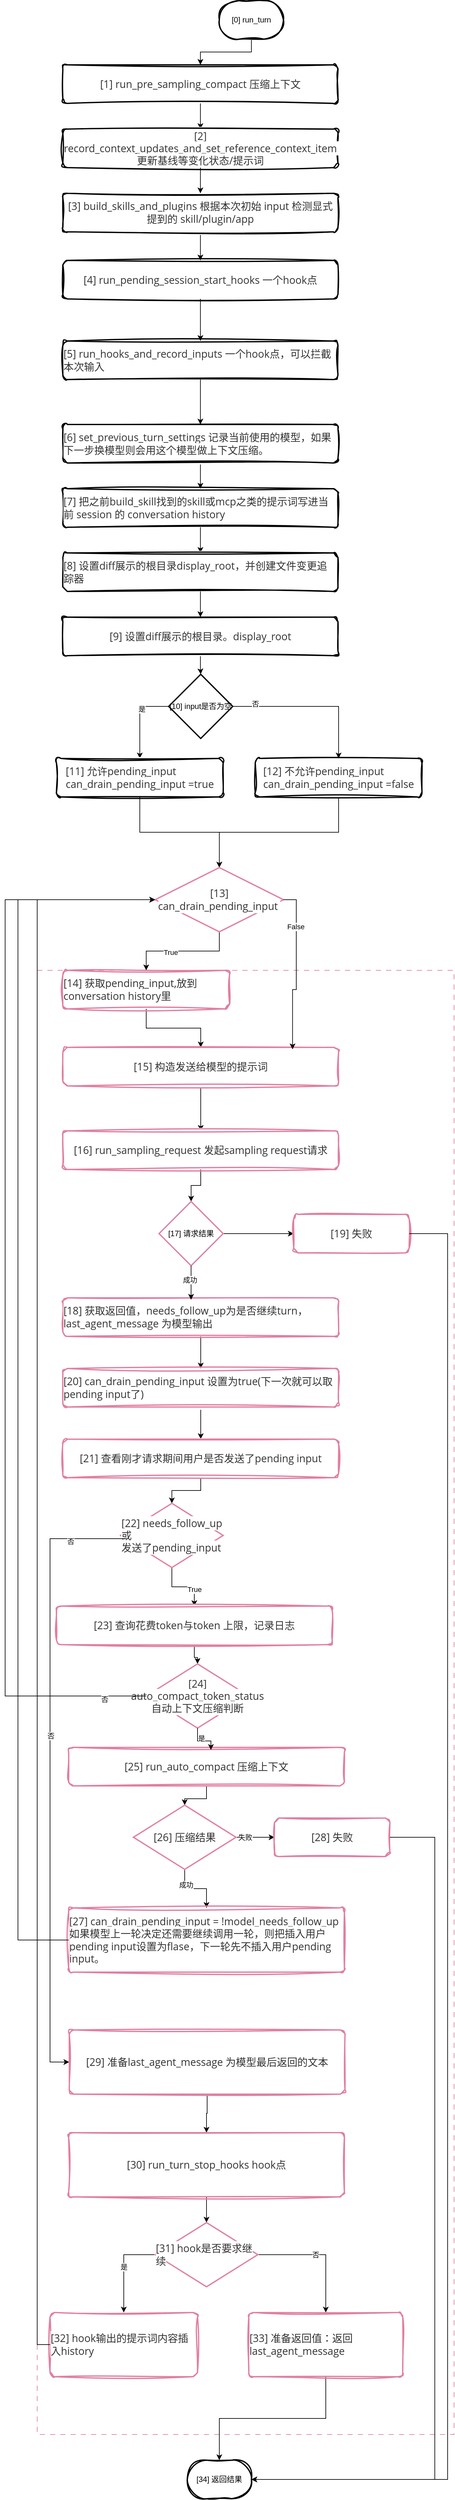
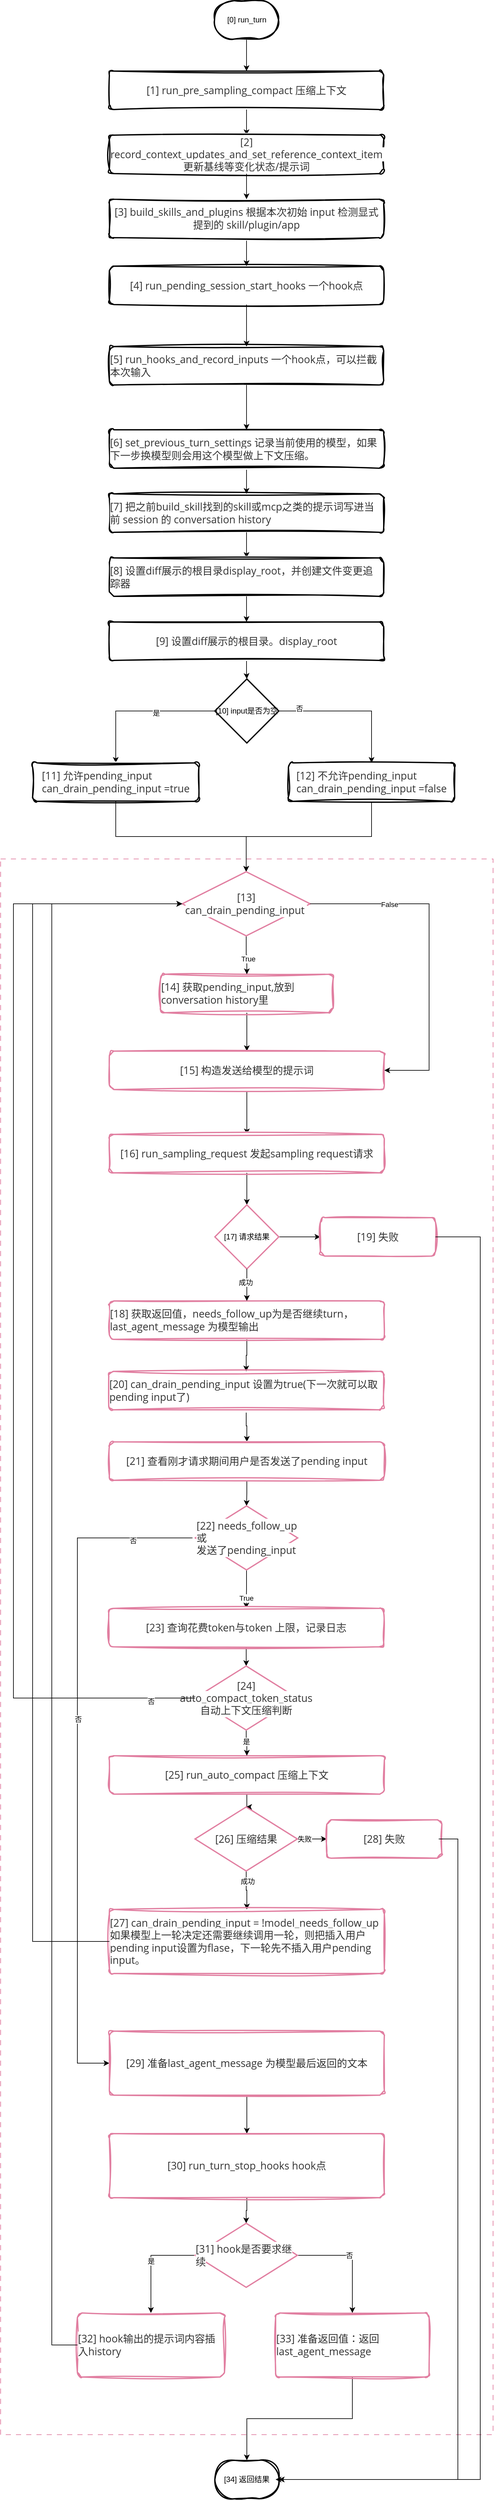
<mxfile host="Electron">
  <diagram name="第 1 页" id="WdxQ7PSLhnEK6HtI5IxF">
    <mxGraphModel dx="1027" dy="683" grid="1" gridSize="10" guides="1" tooltips="1" connect="1" arrows="1" fold="1" page="1" pageScale="1" pageWidth="827" pageHeight="1169" math="0" shadow="0">
      <root>
        <mxCell id="0" />
        <mxCell id="1" parent="0" />
        <mxCell id="XvNsu7HRE3wCX7qmJMd--15" parent="1" style="rounded=0;whiteSpace=wrap;html=1;fillColor=none;dashed=1;dashPattern=8 8;strokeColor=light-dark(#e17fa1, #ededed);" value="" vertex="1">
-           <mxGeometry height="2280" width="650" x="130" y="1630" as="geometry" />
+           <mxGeometry height="2460" width="770" x="30" y="1450" as="geometry" />
        </mxCell>
        <mxCell id="XvNsu7HRE3wCX7qmJMd--4" edge="1" parent="1" source="XvNsu7HRE3wCX7qmJMd--2" style="edgeStyle=orthogonalEdgeStyle;rounded=0;orthogonalLoop=1;jettySize=auto;html=1;entryX=0.5;entryY=0;entryDx=0;entryDy=0;" target="XvNsu7HRE3wCX7qmJMd--3">
          <mxGeometry relative="1" as="geometry" />
        </mxCell>
        <mxCell id="XvNsu7HRE3wCX7qmJMd--2" parent="1" style="strokeWidth=2;html=1;shape=mxgraph.flowchart.terminator;whiteSpace=wrap;sketch=1;curveFitting=1;jiggle=2;" value="[0] run_turn" vertex="1">
-           <mxGeometry height="60" width="100" x="414" y="120" as="geometry" />
+           <mxGeometry height="60" width="100" x="364.5" y="110" as="geometry" />
        </mxCell>
        <mxCell id="XvNsu7HRE3wCX7qmJMd--91" edge="1" parent="1" source="XvNsu7HRE3wCX7qmJMd--3" style="edgeStyle=orthogonalEdgeStyle;rounded=0;orthogonalLoop=1;jettySize=auto;html=1;entryX=0.5;entryY=0;entryDx=0;entryDy=0;" target="XvNsu7HRE3wCX7qmJMd--5">
          <mxGeometry relative="1" as="geometry" />
        </mxCell>
        <mxCell id="XvNsu7HRE3wCX7qmJMd--3" parent="1" style="rounded=1;whiteSpace=wrap;html=1;absoluteArcSize=1;arcSize=14;strokeWidth=2;sketch=1;curveFitting=1;jiggle=2;" value="&lt;span style=&quot;color: rgb(51, 51, 51); font-family: &amp;quot;Open Sans&amp;quot;, &amp;quot;Clear Sans&amp;quot;, &amp;quot;Helvetica Neue&amp;quot;, Helvetica, Arial, &amp;quot;Segoe UI Emoji&amp;quot;, &amp;quot;SF Pro&amp;quot;, sans-serif; font-size: 16px; orphans: 1; text-align: left; white-space: pre-wrap; background-color: rgb(255, 255, 255);&quot;&gt;[1] run_pre_sampling_compact 压缩上下文&lt;/span&gt;" vertex="1">
-           <mxGeometry height="60" width="429" x="170" y="220" as="geometry" />
+           <mxGeometry height="60" width="429" x="200" y="220" as="geometry" />
        </mxCell>
        <mxCell id="XvNsu7HRE3wCX7qmJMd--93" edge="1" parent="1" source="XvNsu7HRE3wCX7qmJMd--5" style="edgeStyle=orthogonalEdgeStyle;rounded=0;orthogonalLoop=1;jettySize=auto;html=1;" target="XvNsu7HRE3wCX7qmJMd--6" value="">
          <mxGeometry relative="1" as="geometry" />
        </mxCell>
        <mxCell id="XvNsu7HRE3wCX7qmJMd--5" parent="1" style="rounded=1;whiteSpace=wrap;html=1;absoluteArcSize=1;arcSize=14;strokeWidth=2;sketch=1;curveFitting=1;jiggle=2;" value="&lt;span style=&quot;color: rgb(51, 51, 51); font-family: &amp;quot;Open Sans&amp;quot;, &amp;quot;Clear Sans&amp;quot;, &amp;quot;Helvetica Neue&amp;quot;, Helvetica, Arial, &amp;quot;Segoe UI Emoji&amp;quot;, &amp;quot;SF Pro&amp;quot;, sans-serif; font-size: 16px; orphans: 1; text-align: left; white-space: pre-wrap; background-color: rgb(255, 255, 255);&quot;&gt;[2] record_context_updates_and_set_reference_context_item 更新基线等变化状态/提示词&lt;/span&gt;" vertex="1">
-           <mxGeometry height="60" width="429" x="170" y="320" as="geometry" />
+           <mxGeometry height="60" width="429" x="200" y="320" as="geometry" />
        </mxCell>
        <mxCell id="XvNsu7HRE3wCX7qmJMd--94" edge="1" parent="1" source="XvNsu7HRE3wCX7qmJMd--6" style="edgeStyle=orthogonalEdgeStyle;rounded=0;orthogonalLoop=1;jettySize=auto;html=1;" target="XvNsu7HRE3wCX7qmJMd--7" value="">
          <mxGeometry relative="1" as="geometry" />
        </mxCell>
        <mxCell id="XvNsu7HRE3wCX7qmJMd--6" parent="1" style="rounded=1;whiteSpace=wrap;html=1;absoluteArcSize=1;arcSize=14;strokeWidth=2;sketch=1;curveFitting=1;jiggle=2;" value="&lt;span style=&quot;color: rgb(51, 51, 51); font-family: &amp;quot;Open Sans&amp;quot;, &amp;quot;Clear Sans&amp;quot;, &amp;quot;Helvetica Neue&amp;quot;, Helvetica, Arial, &amp;quot;Segoe UI Emoji&amp;quot;, &amp;quot;SF Pro&amp;quot;, sans-serif; font-size: 16px; orphans: 1; text-align: left; white-space: pre-wrap; background-color: rgb(255, 255, 255);&quot;&gt;[3] build_skills_and_plugins 根据本次初始 input 检测显式提到的 skill/plugin/app&lt;/span&gt;" vertex="1">
-           <mxGeometry height="60" width="429" x="170" y="420" as="geometry" />
+           <mxGeometry height="60" width="429" x="200" y="420" as="geometry" />
        </mxCell>
        <mxCell id="XvNsu7HRE3wCX7qmJMd--95" edge="1" parent="1" source="XvNsu7HRE3wCX7qmJMd--7" style="edgeStyle=orthogonalEdgeStyle;rounded=0;orthogonalLoop=1;jettySize=auto;html=1;" target="XvNsu7HRE3wCX7qmJMd--10" value="">
          <mxGeometry relative="1" as="geometry" />
        </mxCell>
        <mxCell id="XvNsu7HRE3wCX7qmJMd--7" parent="1" style="rounded=1;whiteSpace=wrap;html=1;absoluteArcSize=1;arcSize=14;strokeWidth=2;sketch=1;curveFitting=1;jiggle=2;" value="&lt;span style=&quot;color: rgb(51, 51, 51); font-family: &amp;quot;Open Sans&amp;quot;, &amp;quot;Clear Sans&amp;quot;, &amp;quot;Helvetica Neue&amp;quot;, Helvetica, Arial, &amp;quot;Segoe UI Emoji&amp;quot;, &amp;quot;SF Pro&amp;quot;, sans-serif; font-size: 16px; orphans: 1; text-align: left; white-space: pre-wrap; background-color: rgb(255, 255, 255);&quot;&gt;[4] run_pending_session_start_hooks 一个hook点&lt;/span&gt;" vertex="1">
-           <mxGeometry height="60" width="429" x="170" y="524.5" as="geometry" />
+           <mxGeometry height="60" width="429" x="200" y="524.5" as="geometry" />
        </mxCell>
        <mxCell id="XvNsu7HRE3wCX7qmJMd--44" edge="1" parent="1" source="XvNsu7HRE3wCX7qmJMd--9" style="edgeStyle=orthogonalEdgeStyle;rounded=0;orthogonalLoop=1;jettySize=auto;html=1;entryX=0.5;entryY=0;entryDx=0;entryDy=0;exitX=0;exitY=0.5;exitDx=0;exitDy=0;exitPerimeter=0;" target="XvNsu7HRE3wCX7qmJMd--17">
          <mxGeometry relative="1" as="geometry" />
        </mxCell>
        <mxCell id="XvNsu7HRE3wCX7qmJMd--45" connectable="0" parent="XvNsu7HRE3wCX7qmJMd--44" style="edgeLabel;html=1;align=center;verticalAlign=middle;resizable=0;points=[];" value="是" vertex="1">
          <mxGeometry relative="1" x="-0.2222" y="3" as="geometry">
            <mxPoint as="offset" />
          </mxGeometry>
        </mxCell>
-         <mxCell id="XvNsu7HRE3wCX7qmJMd--46" edge="1" parent="1" source="XvNsu7HRE3wCX7qmJMd--9" style="edgeStyle=orthogonalEdgeStyle;rounded=0;orthogonalLoop=1;jettySize=auto;html=1;entryX=0.5;entryY=0;entryDx=0;entryDy=0;" target="XvNsu7HRE3wCX7qmJMd--18">
+         <mxCell id="XvNsu7HRE3wCX7qmJMd--46" edge="1" parent="1" source="XvNsu7HRE3wCX7qmJMd--9" style="edgeStyle=orthogonalEdgeStyle;rounded=0;orthogonalLoop=1;jettySize=auto;html=1;entryX=0.5;entryY=0;entryDx=0;entryDy=0;exitX=1;exitY=0.5;exitDx=0;exitDy=0;exitPerimeter=0;" target="XvNsu7HRE3wCX7qmJMd--18">
          <mxGeometry relative="1" as="geometry" />
        </mxCell>
        <mxCell id="XvNsu7HRE3wCX7qmJMd--47" connectable="0" parent="XvNsu7HRE3wCX7qmJMd--46" style="edgeLabel;html=1;align=center;verticalAlign=middle;resizable=0;points=[];" value="否" vertex="1">
          <mxGeometry relative="1" x="-0.7154" y="4" as="geometry">
            <mxPoint as="offset" />
          </mxGeometry>
        </mxCell>
        <mxCell id="XvNsu7HRE3wCX7qmJMd--9" parent="1" style="strokeWidth=2;html=1;shape=mxgraph.flowchart.decision;whiteSpace=wrap;" value="[10] input是否为空" vertex="1">
-           <mxGeometry height="100" width="100" x="335" y="1169" as="geometry" />
+           <mxGeometry height="100" width="100" x="365" y="1169" as="geometry" />
        </mxCell>
        <mxCell id="XvNsu7HRE3wCX7qmJMd--96" edge="1" parent="1" source="XvNsu7HRE3wCX7qmJMd--10" style="edgeStyle=orthogonalEdgeStyle;rounded=0;orthogonalLoop=1;jettySize=auto;html=1;" target="XvNsu7HRE3wCX7qmJMd--11" value="">
          <mxGeometry relative="1" as="geometry" />
        </mxCell>
        <mxCell id="XvNsu7HRE3wCX7qmJMd--10" parent="1" style="rounded=1;whiteSpace=wrap;html=1;absoluteArcSize=1;arcSize=14;strokeWidth=2;sketch=1;curveFitting=1;jiggle=2;" value="&lt;div style=&quot;orphans: 1; text-align: left;&quot;&gt;&lt;span style=&quot;color: rgb(51, 51, 51); font-family: &amp;quot;Open Sans&amp;quot;, &amp;quot;Clear Sans&amp;quot;, &amp;quot;Helvetica Neue&amp;quot;, Helvetica, Arial, &amp;quot;Segoe UI Emoji&amp;quot;, &amp;quot;SF Pro&amp;quot;, sans-serif; font-size: 16px; white-space: pre-wrap; background-color: rgb(255, 255, 255);&quot;&gt;[5] run_hooks_and_record_inputs 一个hook点，可以拦截本次输入&lt;/span&gt;&lt;font color=&quot;#333333&quot; face=&quot;Open Sans, Clear Sans, Helvetica Neue, Helvetica, Arial, Segoe UI Emoji, SF Pro, sans-serif&quot;&gt;&lt;span style=&quot;font-size: 16px; white-space-collapse: preserve;&quot;&gt;&lt;/span&gt;&lt;/font&gt;&lt;/div&gt;" vertex="1">
-           <mxGeometry height="60" width="429" x="170" y="650" as="geometry" />
+           <mxGeometry height="60" width="429" x="200" y="650" as="geometry" />
        </mxCell>
        <mxCell id="XvNsu7HRE3wCX7qmJMd--97" edge="1" parent="1" source="XvNsu7HRE3wCX7qmJMd--11" style="edgeStyle=orthogonalEdgeStyle;rounded=0;orthogonalLoop=1;jettySize=auto;html=1;" target="XvNsu7HRE3wCX7qmJMd--12" value="">
          <mxGeometry relative="1" as="geometry" />
        </mxCell>
        <mxCell id="XvNsu7HRE3wCX7qmJMd--11" parent="1" style="rounded=1;whiteSpace=wrap;html=1;absoluteArcSize=1;arcSize=14;strokeWidth=2;sketch=1;curveFitting=1;jiggle=2;" value="&lt;div style=&quot;orphans: 1; text-align: left;&quot;&gt;&lt;span style=&quot;color: rgb(51, 51, 51); font-family: &amp;quot;Open Sans&amp;quot;, &amp;quot;Clear Sans&amp;quot;, &amp;quot;Helvetica Neue&amp;quot;, Helvetica, Arial, &amp;quot;Segoe UI Emoji&amp;quot;, &amp;quot;SF Pro&amp;quot;, sans-serif; font-size: 16px; white-space: pre-wrap; background-color: rgb(255, 255, 255);&quot;&gt;[6] set_previous_turn_settings 记录当前使用的模型，如果下一步换模型则会用这个模型做上下文压缩。&lt;/span&gt;&lt;/div&gt;" vertex="1">
-           <mxGeometry height="60" width="429" x="170" y="780" as="geometry" />
+           <mxGeometry height="60" width="429" x="200" y="780" as="geometry" />
        </mxCell>
        <mxCell id="XvNsu7HRE3wCX7qmJMd--98" edge="1" parent="1" source="XvNsu7HRE3wCX7qmJMd--12" style="edgeStyle=orthogonalEdgeStyle;rounded=0;orthogonalLoop=1;jettySize=auto;html=1;" target="XvNsu7HRE3wCX7qmJMd--13" value="">
          <mxGeometry relative="1" as="geometry" />
        </mxCell>
        <mxCell id="XvNsu7HRE3wCX7qmJMd--12" parent="1" style="rounded=1;whiteSpace=wrap;html=1;absoluteArcSize=1;arcSize=14;strokeWidth=2;sketch=1;curveFitting=1;jiggle=2;" value="&lt;div style=&quot;orphans: 1; text-align: left;&quot;&gt;&lt;span style=&quot;color: rgb(51, 51, 51); font-family: &amp;quot;Open Sans&amp;quot;, &amp;quot;Clear Sans&amp;quot;, &amp;quot;Helvetica Neue&amp;quot;, Helvetica, Arial, &amp;quot;Segoe UI Emoji&amp;quot;, &amp;quot;SF Pro&amp;quot;, sans-serif; font-size: 16px; white-space: pre-wrap; background-color: rgb(255, 255, 255);&quot;&gt;[7] 把之前build_skill找到的skill或mcp之类的提示词写进当前 session 的 conversation history&lt;/span&gt;&lt;/div&gt;" vertex="1">
-           <mxGeometry height="60" width="429" x="170" y="880" as="geometry" />
+           <mxGeometry height="60" width="429" x="200" y="880" as="geometry" />
        </mxCell>
        <mxCell id="XvNsu7HRE3wCX7qmJMd--99" edge="1" parent="1" source="XvNsu7HRE3wCX7qmJMd--13" style="edgeStyle=orthogonalEdgeStyle;rounded=0;orthogonalLoop=1;jettySize=auto;html=1;" target="XvNsu7HRE3wCX7qmJMd--14" value="">
          <mxGeometry relative="1" as="geometry" />
        </mxCell>
        <mxCell id="XvNsu7HRE3wCX7qmJMd--13" parent="1" style="rounded=1;whiteSpace=wrap;html=1;absoluteArcSize=1;arcSize=14;strokeWidth=2;sketch=1;curveFitting=1;jiggle=2;" value="&lt;div style=&quot;orphans: 1; text-align: left;&quot;&gt;&lt;div&gt;&lt;span style=&quot;color: rgb(51, 51, 51); font-family: &amp;quot;Open Sans&amp;quot;, &amp;quot;Clear Sans&amp;quot;, &amp;quot;Helvetica Neue&amp;quot;, Helvetica, Arial, &amp;quot;Segoe UI Emoji&amp;quot;, &amp;quot;SF Pro&amp;quot;, sans-serif; font-size: 16px; white-space: pre-wrap; background-color: rgb(255, 255, 255);&quot;&gt;[8] 设置diff展示的根目录display_root，并&lt;/span&gt;&lt;span style=&quot;background-color: rgb(255, 255, 255); color: rgb(51, 51, 51); font-family: &amp;quot;Open Sans&amp;quot;, &amp;quot;Clear Sans&amp;quot;, &amp;quot;Helvetica Neue&amp;quot;, Helvetica, Arial, &amp;quot;Segoe UI Emoji&amp;quot;, &amp;quot;SF Pro&amp;quot;, sans-serif; font-size: 16px; white-space: pre-wrap;&quot;&gt;创建文件变更追踪器&lt;/span&gt;&lt;/div&gt;&lt;/div&gt;" vertex="1">
-           <mxGeometry height="60" width="429" x="170" y="980" as="geometry" />
+           <mxGeometry height="60" width="429" x="200" y="980" as="geometry" />
        </mxCell>
        <mxCell id="XvNsu7HRE3wCX7qmJMd--100" edge="1" parent="1" source="XvNsu7HRE3wCX7qmJMd--14" style="edgeStyle=orthogonalEdgeStyle;rounded=0;orthogonalLoop=1;jettySize=auto;html=1;" target="XvNsu7HRE3wCX7qmJMd--9" value="">
          <mxGeometry relative="1" as="geometry" />
        </mxCell>
        <mxCell id="XvNsu7HRE3wCX7qmJMd--14" parent="1" style="rounded=1;whiteSpace=wrap;html=1;absoluteArcSize=1;arcSize=14;strokeWidth=2;sketch=1;curveFitting=1;jiggle=2;" value="&lt;div style=&quot;orphans: 1; text-align: left;&quot;&gt;&lt;div&gt;&lt;span style=&quot;color: rgb(51, 51, 51); font-family: &amp;quot;Open Sans&amp;quot;, &amp;quot;Clear Sans&amp;quot;, &amp;quot;Helvetica Neue&amp;quot;, Helvetica, Arial, &amp;quot;Segoe UI Emoji&amp;quot;, &amp;quot;SF Pro&amp;quot;, sans-serif; font-size: 16px; white-space: pre-wrap; background-color: rgb(255, 255, 255);&quot;&gt;[9] 设置diff展示的根目录。display_root&lt;/span&gt;&lt;font color=&quot;#333333&quot; face=&quot;Open Sans, Clear Sans, Helvetica Neue, Helvetica, Arial, Segoe UI Emoji, SF Pro, sans-serif&quot;&gt;&lt;span style=&quot;font-size: 16px; white-space-collapse: preserve;&quot;&gt;&lt;/span&gt;&lt;/font&gt;&lt;/div&gt;&lt;/div&gt;" vertex="1">
-           <mxGeometry height="60" width="429" x="170" y="1080" as="geometry" />
+           <mxGeometry height="60" width="429" x="200" y="1080" as="geometry" />
        </mxCell>
        <mxCell id="XvNsu7HRE3wCX7qmJMd--53" edge="1" parent="1" source="XvNsu7HRE3wCX7qmJMd--16" style="edgeStyle=orthogonalEdgeStyle;rounded=0;orthogonalLoop=1;jettySize=auto;html=1;" target="XvNsu7HRE3wCX7qmJMd--20">
          <mxGeometry relative="1" as="geometry" />
        </mxCell>
        <mxCell id="XvNsu7HRE3wCX7qmJMd--16" parent="1" style="rounded=1;whiteSpace=wrap;html=1;absoluteArcSize=1;arcSize=14;strokeWidth=2;sketch=1;curveFitting=1;jiggle=2;strokeColor=light-dark(#e17fa1, #ededed);" value="&lt;div style=&quot;orphans: 1; text-align: left;&quot;&gt;&lt;div&gt;&lt;span style=&quot;color: rgb(51, 51, 51); font-family: &amp;quot;Open Sans&amp;quot;, &amp;quot;Clear Sans&amp;quot;, &amp;quot;Helvetica Neue&amp;quot;, Helvetica, Arial, &amp;quot;Segoe UI Emoji&amp;quot;, &amp;quot;SF Pro&amp;quot;, sans-serif; font-size: 16px; white-space: pre-wrap; background-color: rgb(255, 255, 255);&quot;&gt;[14] 获取pending_input,&lt;/span&gt;&lt;span style=&quot;background-color: rgb(255, 255, 255); color: rgb(51, 51, 51); font-family: &amp;quot;Open Sans&amp;quot;, &amp;quot;Clear Sans&amp;quot;, &amp;quot;Helvetica Neue&amp;quot;, Helvetica, Arial, &amp;quot;Segoe UI Emoji&amp;quot;, &amp;quot;SF Pro&amp;quot;, sans-serif; font-size: 16px; white-space: pre-wrap;&quot;&gt;放到conversation history里&lt;/span&gt;&lt;/div&gt;&lt;/div&gt;" vertex="1">
-           <mxGeometry height="60" width="260" x="170" y="1630" as="geometry" />
+           <mxGeometry height="60" width="270" x="280" y="1630" as="geometry" />
        </mxCell>
        <mxCell id="XvNsu7HRE3wCX7qmJMd--48" edge="1" parent="1" source="XvNsu7HRE3wCX7qmJMd--17" style="edgeStyle=orthogonalEdgeStyle;rounded=0;orthogonalLoop=1;jettySize=auto;html=1;" target="XvNsu7HRE3wCX7qmJMd--43">
          <mxGeometry relative="1" as="geometry" />
        </mxCell>
        <mxCell id="XvNsu7HRE3wCX7qmJMd--17" parent="1" style="rounded=1;whiteSpace=wrap;html=1;absoluteArcSize=1;arcSize=14;strokeWidth=2;sketch=1;curveFitting=1;jiggle=2;" value="&lt;div style=&quot;orphans: 1; text-align: left;&quot;&gt;&lt;div&gt;&lt;span style=&quot;color: rgb(51, 51, 51); font-family: &amp;quot;Open Sans&amp;quot;, &amp;quot;Clear Sans&amp;quot;, &amp;quot;Helvetica Neue&amp;quot;, Helvetica, Arial, &amp;quot;Segoe UI Emoji&amp;quot;, &amp;quot;SF Pro&amp;quot;, sans-serif; font-size: 16px; white-space: pre-wrap; background-color: rgb(255, 255, 255);&quot;&gt;[11] 允许pending_input&lt;/span&gt;&lt;font color=&quot;#333333&quot; face=&quot;Open Sans, Clear Sans, Helvetica Neue, Helvetica, Arial, Segoe UI Emoji, SF Pro, sans-serif&quot;&gt;&lt;span style=&quot;font-size: 16px; white-space-collapse: preserve;&quot;&gt;&lt;/span&gt;&lt;/font&gt;&lt;/div&gt;&lt;div&gt;&lt;span style=&quot;color: rgb(51, 51, 51); font-family: &amp;quot;Open Sans&amp;quot;, &amp;quot;Clear Sans&amp;quot;, &amp;quot;Helvetica Neue&amp;quot;, Helvetica, Arial, &amp;quot;Segoe UI Emoji&amp;quot;, &amp;quot;SF Pro&amp;quot;, sans-serif; font-size: 16px; white-space: pre-wrap; background-color: rgb(255, 255, 255);&quot;&gt;can_drain_pending_input =true&lt;/span&gt;&lt;/div&gt;&lt;/div&gt;" vertex="1">
-           <mxGeometry height="60" width="260" x="160" y="1300" as="geometry" />
+           <mxGeometry height="60" width="260" x="80" y="1300" as="geometry" />
        </mxCell>
        <mxCell id="XvNsu7HRE3wCX7qmJMd--49" edge="1" parent="1" source="XvNsu7HRE3wCX7qmJMd--18" style="edgeStyle=orthogonalEdgeStyle;rounded=0;orthogonalLoop=1;jettySize=auto;html=1;" target="XvNsu7HRE3wCX7qmJMd--43">
          <mxGeometry relative="1" as="geometry" />
        </mxCell>
        <mxCell id="XvNsu7HRE3wCX7qmJMd--18" parent="1" style="rounded=1;whiteSpace=wrap;html=1;absoluteArcSize=1;arcSize=14;strokeWidth=2;sketch=1;curveFitting=1;jiggle=2;" value="&lt;div style=&quot;orphans: 1; text-align: left;&quot;&gt;&lt;div&gt;&lt;span style=&quot;color: rgb(51, 51, 51); font-family: &amp;quot;Open Sans&amp;quot;, &amp;quot;Clear Sans&amp;quot;, &amp;quot;Helvetica Neue&amp;quot;, Helvetica, Arial, &amp;quot;Segoe UI Emoji&amp;quot;, &amp;quot;SF Pro&amp;quot;, sans-serif; font-size: 16px; white-space: pre-wrap; background-color: rgb(255, 255, 255);&quot;&gt;[12] 不允许pending_input&lt;/span&gt;&lt;font color=&quot;#333333&quot; face=&quot;Open Sans, Clear Sans, Helvetica Neue, Helvetica, Arial, Segoe UI Emoji, SF Pro, sans-serif&quot;&gt;&lt;span style=&quot;font-size: 16px; white-space-collapse: preserve;&quot;&gt;&lt;/span&gt;&lt;/font&gt;&lt;/div&gt;&lt;div&gt;&lt;span style=&quot;color: rgb(51, 51, 51); font-family: &amp;quot;Open Sans&amp;quot;, &amp;quot;Clear Sans&amp;quot;, &amp;quot;Helvetica Neue&amp;quot;, Helvetica, Arial, &amp;quot;Segoe UI Emoji&amp;quot;, &amp;quot;SF Pro&amp;quot;, sans-serif; font-size: 16px; white-space: pre-wrap; background-color: rgb(255, 255, 255);&quot;&gt;can_drain_pending_input =false&lt;/span&gt;&lt;/div&gt;&lt;/div&gt;" vertex="1">
-           <mxGeometry height="60" width="260" x="470" y="1300" as="geometry" />
+           <mxGeometry height="60" width="260" x="480" y="1300" as="geometry" />
        </mxCell>
        <mxCell id="XvNsu7HRE3wCX7qmJMd--56" edge="1" parent="1" source="XvNsu7HRE3wCX7qmJMd--20" style="edgeStyle=orthogonalEdgeStyle;rounded=0;orthogonalLoop=1;jettySize=auto;html=1;entryX=0.5;entryY=0;entryDx=0;entryDy=0;" target="XvNsu7HRE3wCX7qmJMd--21">
          <mxGeometry relative="1" as="geometry" />
        </mxCell>
        <mxCell id="XvNsu7HRE3wCX7qmJMd--20" parent="1" style="rounded=1;whiteSpace=wrap;html=1;absoluteArcSize=1;arcSize=14;strokeWidth=2;sketch=1;curveFitting=1;jiggle=2;strokeColor=light-dark(#e17fa1, #ededed);" value="&lt;div style=&quot;orphans: 1; text-align: left;&quot;&gt;&lt;span style=&quot;color: rgb(51, 51, 51); font-family: &amp;quot;Open Sans&amp;quot;, &amp;quot;Clear Sans&amp;quot;, &amp;quot;Helvetica Neue&amp;quot;, Helvetica, Arial, &amp;quot;Segoe UI Emoji&amp;quot;, &amp;quot;SF Pro&amp;quot;, sans-serif; font-size: 16px; white-space: pre-wrap; background-color: rgb(255, 255, 255);&quot;&gt;[15] 构造发送给模型的提示词&lt;/span&gt;&lt;/div&gt;" vertex="1">
-           <mxGeometry height="60" width="430" x="170" y="1750" as="geometry" />
+           <mxGeometry height="60" width="430" x="200" y="1750" as="geometry" />
        </mxCell>
        <mxCell id="XvNsu7HRE3wCX7qmJMd--57" edge="1" parent="1" source="XvNsu7HRE3wCX7qmJMd--21" style="edgeStyle=orthogonalEdgeStyle;rounded=0;orthogonalLoop=1;jettySize=auto;html=1;" target="XvNsu7HRE3wCX7qmJMd--22">
          <mxGeometry relative="1" as="geometry" />
        </mxCell>
        <mxCell id="XvNsu7HRE3wCX7qmJMd--21" parent="1" style="rounded=1;whiteSpace=wrap;html=1;absoluteArcSize=1;arcSize=14;strokeWidth=2;sketch=1;curveFitting=1;jiggle=2;strokeColor=light-dark(#e17fa1, #ededed);" value="&lt;div style=&quot;orphans: 1; text-align: left;&quot;&gt;&lt;span style=&quot;color: rgb(51, 51, 51); font-family: &amp;quot;Open Sans&amp;quot;, &amp;quot;Clear Sans&amp;quot;, &amp;quot;Helvetica Neue&amp;quot;, Helvetica, Arial, &amp;quot;Segoe UI Emoji&amp;quot;, &amp;quot;SF Pro&amp;quot;, sans-serif; font-size: 16px; white-space: pre-wrap; background-color: rgb(255, 255, 255);&quot;&gt;[16] run_sampling_request 发起sampling request请求&lt;/span&gt;&lt;/div&gt;" vertex="1">
-           <mxGeometry height="60" width="430" x="170" y="1880" as="geometry" />
+           <mxGeometry height="60" width="430" x="200" y="1880" as="geometry" />
        </mxCell>
        <mxCell id="XvNsu7HRE3wCX7qmJMd--63" edge="1" parent="1" source="XvNsu7HRE3wCX7qmJMd--22" style="edgeStyle=orthogonalEdgeStyle;rounded=0;orthogonalLoop=1;jettySize=auto;html=1;entryX=0;entryY=0.5;entryDx=0;entryDy=0;" target="XvNsu7HRE3wCX7qmJMd--62">
          <mxGeometry relative="1" as="geometry" />
        </mxCell>
        <mxCell id="XvNsu7HRE3wCX7qmJMd--22" parent="1" style="strokeWidth=2;html=1;shape=mxgraph.flowchart.decision;whiteSpace=wrap;strokeColor=light-dark(#e17fa1, #ededed);" value="[17] 请求结果" vertex="1">
-           <mxGeometry height="100" width="100" x="320" y="1990" as="geometry" />
+           <mxGeometry height="100" width="100" x="365" y="1990" as="geometry" />
        </mxCell>
        <mxCell id="XvNsu7HRE3wCX7qmJMd--65" edge="1" parent="1" source="XvNsu7HRE3wCX7qmJMd--23" style="edgeStyle=orthogonalEdgeStyle;rounded=0;orthogonalLoop=1;jettySize=auto;html=1;entryX=0.5;entryY=0;entryDx=0;entryDy=0;" target="XvNsu7HRE3wCX7qmJMd--24">
          <mxGeometry relative="1" as="geometry" />
        </mxCell>
        <mxCell id="XvNsu7HRE3wCX7qmJMd--23" parent="1" style="rounded=1;whiteSpace=wrap;html=1;absoluteArcSize=1;arcSize=14;strokeWidth=2;sketch=1;curveFitting=1;jiggle=2;strokeColor=light-dark(#e17fa1, #ededed);" value="&lt;div style=&quot;orphans: 1; text-align: left;&quot;&gt;&lt;span style=&quot;color: rgb(51, 51, 51); font-family: &amp;quot;Open Sans&amp;quot;, &amp;quot;Clear Sans&amp;quot;, &amp;quot;Helvetica Neue&amp;quot;, Helvetica, Arial, &amp;quot;Segoe UI Emoji&amp;quot;, &amp;quot;SF Pro&amp;quot;, sans-serif; font-size: 16px; white-space: pre-wrap; background-color: rgb(255, 255, 255);&quot;&gt;[18] 获取返回值，&lt;/span&gt;&lt;span style=&quot;background-color: rgb(255, 255, 255); color: rgb(51, 51, 51); font-family: &amp;quot;Open Sans&amp;quot;, &amp;quot;Clear Sans&amp;quot;, &amp;quot;Helvetica Neue&amp;quot;, Helvetica, Arial, &amp;quot;Segoe UI Emoji&amp;quot;, &amp;quot;SF Pro&amp;quot;, sans-serif; font-size: 16px; white-space: pre-wrap;&quot;&gt;needs_follow_up为是否继续turn，&lt;/span&gt;&lt;span style=&quot;background-color: rgb(255, 255, 255); color: rgb(51, 51, 51); font-family: &amp;quot;Open Sans&amp;quot;, &amp;quot;Clear Sans&amp;quot;, &amp;quot;Helvetica Neue&amp;quot;, Helvetica, Arial, &amp;quot;Segoe UI Emoji&amp;quot;, &amp;quot;SF Pro&amp;quot;, sans-serif; font-size: 16px; white-space: pre-wrap;&quot;&gt;last_agent_message 为模型输出&lt;/span&gt;&lt;/div&gt;" vertex="1">
-           <mxGeometry height="60" width="430" x="170" y="2140" as="geometry" />
+           <mxGeometry height="60" width="430" x="200" y="2140" as="geometry" />
        </mxCell>
        <mxCell id="XvNsu7HRE3wCX7qmJMd--66" edge="1" parent="1" source="XvNsu7HRE3wCX7qmJMd--24" style="edgeStyle=orthogonalEdgeStyle;rounded=0;orthogonalLoop=1;jettySize=auto;html=1;entryX=0.5;entryY=0;entryDx=0;entryDy=0;" target="XvNsu7HRE3wCX7qmJMd--26">
          <mxGeometry relative="1" as="geometry" />
        </mxCell>
        <mxCell id="XvNsu7HRE3wCX7qmJMd--24" parent="1" style="rounded=1;whiteSpace=wrap;html=1;absoluteArcSize=1;arcSize=14;strokeWidth=2;sketch=1;curveFitting=1;jiggle=2;strokeColor=light-dark(#e17fa1, #ededed);" value="&lt;div style=&quot;orphans: 1; text-align: left;&quot;&gt;&lt;span style=&quot;color: rgb(51, 51, 51); font-family: &amp;quot;Open Sans&amp;quot;, &amp;quot;Clear Sans&amp;quot;, &amp;quot;Helvetica Neue&amp;quot;, Helvetica, Arial, &amp;quot;Segoe UI Emoji&amp;quot;, &amp;quot;SF Pro&amp;quot;, sans-serif; font-size: 16px; white-space: pre-wrap; background-color: rgb(255, 255, 255);&quot;&gt;[20] can_drain_pending_input 设置为true(下一次就可以取pending input了)&lt;/span&gt;&lt;/div&gt;" vertex="1">
-           <mxGeometry height="60" width="430" x="170" y="2250" as="geometry" />
+           <mxGeometry height="60" width="430" x="199" y="2250" as="geometry" />
        </mxCell>
        <mxCell id="XvNsu7HRE3wCX7qmJMd--67" edge="1" parent="1" source="XvNsu7HRE3wCX7qmJMd--26" style="edgeStyle=orthogonalEdgeStyle;rounded=0;orthogonalLoop=1;jettySize=auto;html=1;" target="XvNsu7HRE3wCX7qmJMd--27">
          <mxGeometry relative="1" as="geometry" />
        </mxCell>
        <mxCell id="XvNsu7HRE3wCX7qmJMd--26" parent="1" style="rounded=1;whiteSpace=wrap;html=1;absoluteArcSize=1;arcSize=14;strokeWidth=2;sketch=1;curveFitting=1;jiggle=2;strokeColor=light-dark(#e17fa1, #ededed);" value="&lt;div style=&quot;orphans: 1; text-align: left;&quot;&gt;&lt;span style=&quot;color: rgb(51, 51, 51); font-family: &amp;quot;Open Sans&amp;quot;, &amp;quot;Clear Sans&amp;quot;, &amp;quot;Helvetica Neue&amp;quot;, Helvetica, Arial, &amp;quot;Segoe UI Emoji&amp;quot;, &amp;quot;SF Pro&amp;quot;, sans-serif; font-size: 16px; white-space: pre-wrap; background-color: rgb(255, 255, 255);&quot;&gt;[21] 查看刚才请求期间用户是否发送了pending input&lt;/span&gt;&lt;/div&gt;" vertex="1">
-           <mxGeometry height="60" width="430" x="170" y="2360" as="geometry" />
+           <mxGeometry height="60" width="430" x="200" y="2360" as="geometry" />
        </mxCell>
        <mxCell id="XvNsu7HRE3wCX7qmJMd--68" edge="1" parent="1" source="XvNsu7HRE3wCX7qmJMd--27" style="edgeStyle=orthogonalEdgeStyle;rounded=0;orthogonalLoop=1;jettySize=auto;html=1;" target="XvNsu7HRE3wCX7qmJMd--30">
          <mxGeometry relative="1" as="geometry" />
        </mxCell>
        <mxCell id="XvNsu7HRE3wCX7qmJMd--69" connectable="0" parent="XvNsu7HRE3wCX7qmJMd--68" style="edgeLabel;html=1;align=center;verticalAlign=middle;resizable=0;points=[];" value="True" vertex="1">
          <mxGeometry relative="1" x="0.4526" as="geometry">
            <mxPoint as="offset" />
          </mxGeometry>
        </mxCell>
        <mxCell id="XvNsu7HRE3wCX7qmJMd--27" parent="1" style="strokeWidth=2;html=1;shape=mxgraph.flowchart.decision;whiteSpace=wrap;strokeColor=light-dark(#e17fa1, #ededed);" value="&lt;span style=&quot;color: rgb(51, 51, 51); font-family: &amp;quot;Open Sans&amp;quot;, &amp;quot;Clear Sans&amp;quot;, &amp;quot;Helvetica Neue&amp;quot;, Helvetica, Arial, &amp;quot;Segoe UI Emoji&amp;quot;, &amp;quot;SF Pro&amp;quot;, sans-serif; font-size: 16px; orphans: 1; text-align: left; white-space: pre-wrap; background-color: rgb(255, 255, 255);&quot;&gt;[22] needs_follow_up&lt;/span&gt;&lt;div style=&quot;orphans: 1; text-align: left;&quot;&gt;&lt;font color=&quot;#333333&quot; face=&quot;Open Sans, Clear Sans, Helvetica Neue, Helvetica, Arial, Segoe UI Emoji, SF Pro, sans-serif&quot;&gt;&lt;span style=&quot;font-size: 16px; white-space-collapse: preserve; background-color: rgb(255, 255, 255);&quot;&gt;或&lt;/span&gt;&lt;/font&gt;&lt;/div&gt;&lt;div style=&quot;orphans: 1; text-align: left;&quot;&gt;&lt;font color=&quot;#333333&quot; face=&quot;Open Sans, Clear Sans, Helvetica Neue, Helvetica, Arial, Segoe UI Emoji, SF Pro, sans-serif&quot;&gt;&lt;span style=&quot;font-size: 16px; white-space-collapse: preserve; background-color: rgb(255, 255, 255);&quot;&gt;发送了pending_input&lt;/span&gt;&lt;/font&gt;&lt;/div&gt;" vertex="1">
-           <mxGeometry height="100" width="160" x="260" y="2460" as="geometry" />
+           <mxGeometry height="100" width="160" x="334.5" y="2460" as="geometry" />
        </mxCell>
        <mxCell id="XvNsu7HRE3wCX7qmJMd--76" edge="1" parent="1" source="XvNsu7HRE3wCX7qmJMd--29" style="edgeStyle=orthogonalEdgeStyle;rounded=0;orthogonalLoop=1;jettySize=auto;html=1;" target="XvNsu7HRE3wCX7qmJMd--32">
          <mxGeometry relative="1" as="geometry" />
        </mxCell>
        <mxCell id="XvNsu7HRE3wCX7qmJMd--29" parent="1" style="rounded=1;whiteSpace=wrap;html=1;absoluteArcSize=1;arcSize=14;strokeWidth=2;sketch=1;curveFitting=1;jiggle=2;strokeColor=light-dark(#e17fa1, #ededed);" value="&lt;div style=&quot;orphans: 1; text-align: left;&quot;&gt;&lt;span style=&quot;color: rgb(51, 51, 51); font-family: &amp;quot;Open Sans&amp;quot;, &amp;quot;Clear Sans&amp;quot;, &amp;quot;Helvetica Neue&amp;quot;, Helvetica, Arial, &amp;quot;Segoe UI Emoji&amp;quot;, &amp;quot;SF Pro&amp;quot;, sans-serif; font-size: 16px; white-space: pre-wrap; background-color: rgb(255, 255, 255);&quot;&gt;[25] run_auto_compact 压缩上下文&lt;/span&gt;&lt;/div&gt;" vertex="1">
-           <mxGeometry height="60" width="430" x="179" y="2840" as="geometry" />
+           <mxGeometry height="60" width="430" x="200" y="2850" as="geometry" />
        </mxCell>
        <mxCell id="XvNsu7HRE3wCX7qmJMd--71" edge="1" parent="1" source="XvNsu7HRE3wCX7qmJMd--30" style="edgeStyle=orthogonalEdgeStyle;rounded=0;orthogonalLoop=1;jettySize=auto;html=1;" target="XvNsu7HRE3wCX7qmJMd--31">
          <mxGeometry relative="1" as="geometry" />
        </mxCell>
        <mxCell id="XvNsu7HRE3wCX7qmJMd--30" parent="1" style="rounded=1;whiteSpace=wrap;html=1;absoluteArcSize=1;arcSize=14;strokeWidth=2;sketch=1;curveFitting=1;jiggle=2;strokeColor=light-dark(#e17fa1, #ededed);" value="&lt;div style=&quot;orphans: 1; text-align: left;&quot;&gt;&lt;span style=&quot;color: rgb(51, 51, 51); font-family: &amp;quot;Open Sans&amp;quot;, &amp;quot;Clear Sans&amp;quot;, &amp;quot;Helvetica Neue&amp;quot;, Helvetica, Arial, &amp;quot;Segoe UI Emoji&amp;quot;, &amp;quot;SF Pro&amp;quot;, sans-serif; font-size: 16px; white-space: pre-wrap; background-color: rgb(255, 255, 255);&quot;&gt;[23] 查询花费token与token 上限，记录日志&lt;/span&gt;&lt;/div&gt;" vertex="1">
-           <mxGeometry height="60" width="430" x="160" y="2620" as="geometry" />
-         </mxCell>
-         <mxCell id="XvNsu7HRE3wCX7qmJMd--74" edge="1" parent="1" source="XvNsu7HRE3wCX7qmJMd--27" style="edgeStyle=orthogonalEdgeStyle;rounded=0;orthogonalLoop=1;jettySize=auto;html=1;entryX=0;entryY=0.5;entryDx=0;entryDy=0;exitX=0.044;exitY=0.55;exitDx=0;exitDy=0;exitPerimeter=0;" target="XvNsu7HRE3wCX7qmJMd--34">
-           <mxGeometry relative="1" as="geometry">
-             <Array as="points">
-               <mxPoint x="150" y="2515" />
+           <mxGeometry height="60" width="430" x="199" y="2620" as="geometry" />
+         </mxCell>
+         <mxCell id="XvNsu7HRE3wCX7qmJMd--74" edge="1" parent="1" style="edgeStyle=orthogonalEdgeStyle;rounded=0;orthogonalLoop=1;jettySize=auto;html=1;entryX=0;entryY=0.5;entryDx=0;entryDy=0;" target="XvNsu7HRE3wCX7qmJMd--34">
+           <mxGeometry relative="1" as="geometry">
+             <Array as="points">
+               <mxPoint x="150" y="2510" />
              <mxPoint x="150" y="3330" />
            </Array>
+             <mxPoint x="330" y="2510" as="sourcePoint" />
          </mxGeometry>
        </mxCell>
        <mxCell id="XvNsu7HRE3wCX7qmJMd--75" connectable="0" parent="XvNsu7HRE3wCX7qmJMd--74" style="edgeLabel;html=1;align=center;verticalAlign=middle;resizable=0;points=[];" value="否" vertex="1">
          <mxGeometry relative="1" x="-0.1183" y="1" as="geometry">
            <mxPoint as="offset" />
          </mxGeometry>
        </mxCell>
        <mxCell id="XvNsu7HRE3wCX7qmJMd--85" connectable="0" parent="XvNsu7HRE3wCX7qmJMd--74" style="edgeLabel;html=1;align=center;verticalAlign=middle;resizable=0;points=[];" value="否" vertex="1">
          <mxGeometry relative="1" x="-0.8232" y="4" as="geometry">
            <mxPoint as="offset" />
          </mxGeometry>
        </mxCell>
+         <mxCell id="XvNsu7HRE3wCX7qmJMd--102" edge="1" parent="1" source="XvNsu7HRE3wCX7qmJMd--31" style="edgeStyle=orthogonalEdgeStyle;rounded=0;orthogonalLoop=1;jettySize=auto;html=1;" target="XvNsu7HRE3wCX7qmJMd--29" value="">
+           <mxGeometry relative="1" as="geometry" />
+         </mxCell>
+         <mxCell id="XvNsu7HRE3wCX7qmJMd--103" connectable="0" parent="XvNsu7HRE3wCX7qmJMd--102" style="edgeLabel;html=1;align=center;verticalAlign=middle;resizable=0;points=[];" value="是" vertex="1">
+           <mxGeometry relative="1" x="-0.1465" as="geometry">
+             <mxPoint as="offset" />
+           </mxGeometry>
+         </mxCell>
        <mxCell id="XvNsu7HRE3wCX7qmJMd--31" parent="1" style="strokeWidth=2;html=1;shape=mxgraph.flowchart.decision;whiteSpace=wrap;strokeColor=light-dark(#e17fa1, #ededed);" value="&lt;span style=&quot;color: rgb(51, 51, 51); font-family: &amp;quot;Open Sans&amp;quot;, &amp;quot;Clear Sans&amp;quot;, &amp;quot;Helvetica Neue&amp;quot;, Helvetica, Arial, &amp;quot;Segoe UI Emoji&amp;quot;, &amp;quot;SF Pro&amp;quot;, sans-serif; font-size: 16px; orphans: 1; text-align: left; white-space: pre-wrap; background-color: rgb(255, 255, 255);&quot;&gt;[24] auto_compact_token_status 自动上下文压缩判断&lt;/span&gt;" vertex="1">
-           <mxGeometry height="100" width="160" x="300" y="2710" as="geometry" />
+           <mxGeometry height="100" width="160" x="334" y="2710" as="geometry" />
        </mxCell>
        <mxCell id="XvNsu7HRE3wCX7qmJMd--77" edge="1" parent="1" source="XvNsu7HRE3wCX7qmJMd--32" style="edgeStyle=orthogonalEdgeStyle;rounded=0;orthogonalLoop=1;jettySize=auto;html=1;entryX=0.5;entryY=0;entryDx=0;entryDy=0;" target="XvNsu7HRE3wCX7qmJMd--33">
          <mxGeometry relative="1" as="geometry" />
        </mxCell>
        <mxCell id="XvNsu7HRE3wCX7qmJMd--78" connectable="0" parent="XvNsu7HRE3wCX7qmJMd--77" style="edgeLabel;html=1;align=center;verticalAlign=middle;resizable=0;points=[];" value="成功" vertex="1">
          <mxGeometry relative="1" x="-0.4894" y="2" as="geometry">
            <mxPoint as="offset" />
          </mxGeometry>
        </mxCell>
        <mxCell id="XvNsu7HRE3wCX7qmJMd--80" edge="1" parent="1" source="XvNsu7HRE3wCX7qmJMd--32" style="edgeStyle=orthogonalEdgeStyle;rounded=0;orthogonalLoop=1;jettySize=auto;html=1;entryX=0;entryY=0.5;entryDx=0;entryDy=0;" target="XvNsu7HRE3wCX7qmJMd--79">
          <mxGeometry relative="1" as="geometry" />
        </mxCell>
        <mxCell id="XvNsu7HRE3wCX7qmJMd--81" connectable="0" parent="XvNsu7HRE3wCX7qmJMd--80" style="edgeLabel;html=1;align=center;verticalAlign=middle;resizable=0;points=[];" value="失败" vertex="1">
          <mxGeometry relative="1" x="-0.5333" as="geometry">
            <mxPoint as="offset" />
          </mxGeometry>
        </mxCell>
        <mxCell id="XvNsu7HRE3wCX7qmJMd--32" parent="1" style="strokeWidth=2;html=1;shape=mxgraph.flowchart.decision;whiteSpace=wrap;strokeColor=light-dark(#e17fa1, #ededed);" value="&lt;div style=&quot;orphans: 1; text-align: left;&quot;&gt;&lt;font color=&quot;#333333&quot; face=&quot;Open Sans, Clear Sans, Helvetica Neue, Helvetica, Arial, Segoe UI Emoji, SF Pro, sans-serif&quot;&gt;&lt;span style=&quot;font-size: 16px; white-space-collapse: preserve; background-color: rgb(255, 255, 255);&quot;&gt;[26] 压缩结果&lt;/span&gt;&lt;/font&gt;&lt;/div&gt;" vertex="1">
-           <mxGeometry height="100" width="160" x="280" y="2930" as="geometry" />
+           <mxGeometry height="100" width="160" x="334" y="2930" as="geometry" />
        </mxCell>
        <mxCell id="XvNsu7HRE3wCX7qmJMd--33" parent="1" style="rounded=1;whiteSpace=wrap;html=1;absoluteArcSize=1;arcSize=14;strokeWidth=2;sketch=1;curveFitting=1;jiggle=2;strokeColor=light-dark(#e17fa1, #ededed);" value="&lt;div style=&quot;orphans: 1; text-align: left;&quot;&gt;&lt;span style=&quot;color: rgb(51, 51, 51); font-family: &amp;quot;Open Sans&amp;quot;, &amp;quot;Clear Sans&amp;quot;, &amp;quot;Helvetica Neue&amp;quot;, Helvetica, Arial, &amp;quot;Segoe UI Emoji&amp;quot;, &amp;quot;SF Pro&amp;quot;, sans-serif; font-size: 16px; white-space: pre-wrap; background-color: rgb(255, 255, 255);&quot;&gt;[27] can_drain_pending_input = !model_needs_follow_up&lt;/span&gt;&lt;/div&gt;&lt;div style=&quot;orphans: 1; text-align: left;&quot;&gt;&lt;span style=&quot;color: rgb(51, 51, 51); font-family: &amp;quot;Open Sans&amp;quot;, &amp;quot;Clear Sans&amp;quot;, &amp;quot;Helvetica Neue&amp;quot;, Helvetica, Arial, &amp;quot;Segoe UI Emoji&amp;quot;, &amp;quot;SF Pro&amp;quot;, sans-serif; font-size: 16px; white-space: pre-wrap; background-color: rgb(255, 255, 255);&quot;&gt;如果模型上一轮决定还需要继续调用一轮，则把插入用户pending input设置为flase，下一轮先不插入用户pending input。&lt;/span&gt;&lt;span style=&quot;color: rgb(51, 51, 51); font-family: &amp;quot;Open Sans&amp;quot;, &amp;quot;Clear Sans&amp;quot;, &amp;quot;Helvetica Neue&amp;quot;, Helvetica, Arial, &amp;quot;Segoe UI Emoji&amp;quot;, &amp;quot;SF Pro&amp;quot;, sans-serif; font-size: 16px; white-space: pre-wrap; background-color: rgb(255, 255, 255);&quot;&gt;&lt;/span&gt;&lt;/div&gt;" vertex="1">
-           <mxGeometry height="100" width="430" x="179" y="3090" as="geometry" />
+           <mxGeometry height="100" width="430" x="200" y="3090" as="geometry" />
        </mxCell>
        <mxCell id="XvNsu7HRE3wCX7qmJMd--83" edge="1" parent="1" source="XvNsu7HRE3wCX7qmJMd--34" style="edgeStyle=orthogonalEdgeStyle;rounded=0;orthogonalLoop=1;jettySize=auto;html=1;entryX=0.5;entryY=0;entryDx=0;entryDy=0;" target="XvNsu7HRE3wCX7qmJMd--35">
          <mxGeometry relative="1" as="geometry" />
        </mxCell>
        <mxCell id="XvNsu7HRE3wCX7qmJMd--34" parent="1" style="rounded=1;whiteSpace=wrap;html=1;absoluteArcSize=1;arcSize=14;strokeWidth=2;sketch=1;curveFitting=1;jiggle=2;strokeColor=light-dark(#e17fa1, #ededed);" value="&lt;div style=&quot;orphans: 1; text-align: left;&quot;&gt;&lt;span style=&quot;background-color: rgb(255, 255, 255); color: rgb(51, 51, 51); font-family: &amp;quot;Open Sans&amp;quot;, &amp;quot;Clear Sans&amp;quot;, &amp;quot;Helvetica Neue&amp;quot;, Helvetica, Arial, &amp;quot;Segoe UI Emoji&amp;quot;, &amp;quot;SF Pro&amp;quot;, sans-serif; font-size: 16px; white-space: pre-wrap;&quot;&gt;[29] 准备last_agent_message 为模型最后返回的文本&lt;/span&gt;&lt;/div&gt;" vertex="1">
-           <mxGeometry height="100" width="430" x="180" y="3280" as="geometry" />
+           <mxGeometry height="100" width="430" x="200" y="3280" as="geometry" />
        </mxCell>
        <mxCell id="XvNsu7HRE3wCX7qmJMd--84" edge="1" parent="1" source="XvNsu7HRE3wCX7qmJMd--35" style="edgeStyle=orthogonalEdgeStyle;rounded=0;orthogonalLoop=1;jettySize=auto;html=1;" target="XvNsu7HRE3wCX7qmJMd--36">
          <mxGeometry relative="1" as="geometry" />
        </mxCell>
        <mxCell id="XvNsu7HRE3wCX7qmJMd--35" parent="1" style="rounded=1;whiteSpace=wrap;html=1;absoluteArcSize=1;arcSize=14;strokeWidth=2;sketch=1;curveFitting=1;jiggle=2;strokeColor=light-dark(#e17fa1, #ededed);" value="&lt;div style=&quot;orphans: 1; text-align: left;&quot;&gt;&lt;span style=&quot;color: rgb(51, 51, 51); font-family: &amp;quot;Open Sans&amp;quot;, &amp;quot;Clear Sans&amp;quot;, &amp;quot;Helvetica Neue&amp;quot;, Helvetica, Arial, &amp;quot;Segoe UI Emoji&amp;quot;, &amp;quot;SF Pro&amp;quot;, sans-serif; font-size: 16px; white-space: pre-wrap; background-color: rgb(255, 255, 255);&quot;&gt;[30] run_turn_stop_hooks hook点&lt;/span&gt;&lt;/div&gt;" vertex="1">
-           <mxGeometry height="100" width="430" x="179" y="3440" as="geometry" />
+           <mxGeometry height="100" width="430" x="200" y="3440" as="geometry" />
        </mxCell>
        <mxCell id="XvNsu7HRE3wCX7qmJMd--39" edge="1" parent="1" source="XvNsu7HRE3wCX7qmJMd--36" style="edgeStyle=orthogonalEdgeStyle;rounded=0;orthogonalLoop=1;jettySize=auto;html=1;exitX=1;exitY=0.5;exitDx=0;exitDy=0;exitPerimeter=0;" target="XvNsu7HRE3wCX7qmJMd--38">
          <mxGeometry relative="1" as="geometry" />
        </mxCell>
        <mxCell id="XvNsu7HRE3wCX7qmJMd--40" connectable="0" parent="XvNsu7HRE3wCX7qmJMd--39" style="edgeLabel;html=1;align=center;verticalAlign=middle;resizable=0;points=[];" value="否" vertex="1">
          <mxGeometry relative="1" x="-0.0816" y="-5" as="geometry">
            <mxPoint y="-5" as="offset" />
          </mxGeometry>
        </mxCell>
        <mxCell id="XvNsu7HRE3wCX7qmJMd--41" edge="1" parent="1" source="XvNsu7HRE3wCX7qmJMd--36" style="edgeStyle=orthogonalEdgeStyle;rounded=0;orthogonalLoop=1;jettySize=auto;html=1;exitX=0;exitY=0.5;exitDx=0;exitDy=0;exitPerimeter=0;" target="XvNsu7HRE3wCX7qmJMd--37">
          <mxGeometry relative="1" as="geometry" />
        </mxCell>
        <mxCell id="XvNsu7HRE3wCX7qmJMd--42" connectable="0" parent="XvNsu7HRE3wCX7qmJMd--41" style="edgeLabel;html=1;align=center;verticalAlign=middle;resizable=0;points=[];" value="是" vertex="1">
          <mxGeometry relative="1" x="-0.0216" as="geometry">
            <mxPoint as="offset" />
          </mxGeometry>
        </mxCell>
        <mxCell id="XvNsu7HRE3wCX7qmJMd--36" parent="1" style="strokeWidth=2;html=1;shape=mxgraph.flowchart.decision;whiteSpace=wrap;strokeColor=light-dark(#e17fa1, #ededed);" value="&lt;div style=&quot;orphans: 1; text-align: left;&quot;&gt;&lt;font color=&quot;#333333&quot; face=&quot;Open Sans, Clear Sans, Helvetica Neue, Helvetica, Arial, Segoe UI Emoji, SF Pro, sans-serif&quot;&gt;&lt;span style=&quot;font-size: 16px; white-space-collapse: preserve; background-color: rgb(255, 255, 255);&quot;&gt;[31] hook是否要求继续&lt;/span&gt;&lt;/font&gt;&lt;/div&gt;" vertex="1">
-           <mxGeometry height="100" width="160" x="314" y="3580" as="geometry" />
+           <mxGeometry height="100" width="160" x="334" y="3580" as="geometry" />
        </mxCell>
        <mxCell id="XvNsu7HRE3wCX7qmJMd--37" parent="1" style="rounded=1;whiteSpace=wrap;html=1;absoluteArcSize=1;arcSize=14;strokeWidth=2;sketch=1;curveFitting=1;jiggle=2;strokeColor=light-dark(#e17fa1, #ededed);" value="&lt;div style=&quot;orphans: 1; text-align: left;&quot;&gt;&lt;span style=&quot;color: rgb(51, 51, 51); font-family: &amp;quot;Open Sans&amp;quot;, &amp;quot;Clear Sans&amp;quot;, &amp;quot;Helvetica Neue&amp;quot;, Helvetica, Arial, &amp;quot;Segoe UI Emoji&amp;quot;, &amp;quot;SF Pro&amp;quot;, sans-serif; font-size: 16px; white-space: pre-wrap; background-color: rgb(255, 255, 255);&quot;&gt;[32] hook输出的提示词内容插入history&lt;/span&gt;&lt;/div&gt;" vertex="1">
          <mxGeometry height="100" width="230" x="150" y="3720" as="geometry" />
        </mxCell>
        <mxCell id="XvNsu7HRE3wCX7qmJMd--61" edge="1" parent="1" source="XvNsu7HRE3wCX7qmJMd--38" style="edgeStyle=orthogonalEdgeStyle;rounded=0;orthogonalLoop=1;jettySize=auto;html=1;" target="XvNsu7HRE3wCX7qmJMd--60">
          <mxGeometry relative="1" as="geometry" />
        </mxCell>
        <mxCell id="XvNsu7HRE3wCX7qmJMd--38" parent="1" style="rounded=1;whiteSpace=wrap;html=1;absoluteArcSize=1;arcSize=14;strokeWidth=2;sketch=1;curveFitting=1;jiggle=2;strokeColor=light-dark(#e17fa1, #ededed);" value="&lt;div style=&quot;orphans: 1; text-align: left;&quot;&gt;&lt;span style=&quot;color: rgb(51, 51, 51); font-family: &amp;quot;Open Sans&amp;quot;, &amp;quot;Clear Sans&amp;quot;, &amp;quot;Helvetica Neue&amp;quot;, Helvetica, Arial, &amp;quot;Segoe UI Emoji&amp;quot;, &amp;quot;SF Pro&amp;quot;, sans-serif; font-size: 16px; white-space: pre-wrap; background-color: rgb(255, 255, 255);&quot;&gt;[33] 准备返回值：&lt;/span&gt;&lt;span style=&quot;background-color: rgb(255, 255, 255); color: rgb(51, 51, 51); font-family: &amp;quot;Open Sans&amp;quot;, &amp;quot;Clear Sans&amp;quot;, &amp;quot;Helvetica Neue&amp;quot;, Helvetica, Arial, &amp;quot;Segoe UI Emoji&amp;quot;, &amp;quot;SF Pro&amp;quot;, sans-serif; font-size: 16px; white-space: pre-wrap;&quot;&gt;返回last_agent_message&lt;/span&gt;&lt;/div&gt;" vertex="1">
          <mxGeometry height="100" width="240" x="460" y="3720" as="geometry" />
        </mxCell>
-         <mxCell id="XvNsu7HRE3wCX7qmJMd--50" edge="1" parent="1" source="XvNsu7HRE3wCX7qmJMd--43" style="edgeStyle=orthogonalEdgeStyle;rounded=0;orthogonalLoop=1;jettySize=auto;html=1;entryX=0.5;entryY=0;entryDx=0;entryDy=0;exitX=0.5;exitY=1;exitDx=0;exitDy=0;exitPerimeter=0;" target="XvNsu7HRE3wCX7qmJMd--16">
-           <mxGeometry relative="1" as="geometry" />
+         <mxCell id="XvNsu7HRE3wCX7qmJMd--50" edge="1" parent="1" source="XvNsu7HRE3wCX7qmJMd--43" style="edgeStyle=orthogonalEdgeStyle;rounded=0;orthogonalLoop=1;jettySize=auto;html=1;exitX=0.5;exitY=1;exitDx=0;exitDy=0;exitPerimeter=0;entryX=0.5;entryY=0;entryDx=0;entryDy=0;" target="XvNsu7HRE3wCX7qmJMd--16">
+           <mxGeometry relative="1" as="geometry">
+             <mxPoint x="404" y="1570" as="sourcePoint" />
+             <mxPoint x="375" y="1640" as="targetPoint" />
+           </mxGeometry>
        </mxCell>
        <mxCell id="XvNsu7HRE3wCX7qmJMd--51" connectable="0" parent="XvNsu7HRE3wCX7qmJMd--50" style="edgeLabel;html=1;align=center;verticalAlign=middle;resizable=0;points=[];" value="True" vertex="1">
          <mxGeometry relative="1" x="0.2206" y="2" as="geometry">
            <mxPoint as="offset" />
          </mxGeometry>
        </mxCell>
        <mxCell id="XvNsu7HRE3wCX7qmJMd--43" parent="1" style="strokeWidth=2;html=1;shape=mxgraph.flowchart.decision;whiteSpace=wrap;strokeColor=light-dark(#e17fa1, #ededed);" value="&lt;span style=&quot;color: rgb(51, 51, 51); font-family: &amp;quot;Open Sans&amp;quot;, &amp;quot;Clear Sans&amp;quot;, &amp;quot;Helvetica Neue&amp;quot;, Helvetica, Arial, &amp;quot;Segoe UI Emoji&amp;quot;, &amp;quot;SF Pro&amp;quot;, sans-serif; font-size: 16px; orphans: 1; text-align: left; white-space: pre-wrap; background-color: rgb(255, 255, 255);&quot;&gt;[13] can_drain_pending_input &lt;/span&gt;" vertex="1">
          <mxGeometry height="100" width="200" x="314" y="1470" as="geometry" />
        </mxCell>
        <mxCell id="XvNsu7HRE3wCX7qmJMd--52" edge="1" parent="1" source="XvNsu7HRE3wCX7qmJMd--37" style="edgeStyle=orthogonalEdgeStyle;rounded=0;orthogonalLoop=1;jettySize=auto;html=1;entryX=0;entryY=0.5;entryDx=0;entryDy=0;entryPerimeter=0;exitX=0;exitY=0.5;exitDx=0;exitDy=0;" target="XvNsu7HRE3wCX7qmJMd--43">
-           <mxGeometry relative="1" as="geometry" />
-         </mxCell>
-         <mxCell id="XvNsu7HRE3wCX7qmJMd--54" edge="1" parent="1" source="XvNsu7HRE3wCX7qmJMd--43" style="edgeStyle=orthogonalEdgeStyle;rounded=0;orthogonalLoop=1;jettySize=auto;html=1;entryX=0.833;entryY=0.05;entryDx=0;entryDy=0;entryPerimeter=0;exitX=1;exitY=0.5;exitDx=0;exitDy=0;exitPerimeter=0;" target="XvNsu7HRE3wCX7qmJMd--20">
-           <mxGeometry relative="1" as="geometry" />
+           <mxGeometry relative="1" as="geometry">
+             <Array as="points">
+               <mxPoint x="110" y="3770" />
+               <mxPoint x="110" y="1520" />
+             </Array>
+           </mxGeometry>
+         </mxCell>
+         <mxCell id="XvNsu7HRE3wCX7qmJMd--54" edge="1" parent="1" source="XvNsu7HRE3wCX7qmJMd--43" style="edgeStyle=orthogonalEdgeStyle;rounded=0;orthogonalLoop=1;jettySize=auto;html=1;exitX=1;exitY=0.5;exitDx=0;exitDy=0;exitPerimeter=0;entryX=1;entryY=0.5;entryDx=0;entryDy=0;" target="XvNsu7HRE3wCX7qmJMd--20">
+           <mxGeometry relative="1" as="geometry">
+             <Array as="points">
+               <mxPoint x="700" y="1520" />
+               <mxPoint x="700" y="1780" />
+             </Array>
+             <mxPoint x="530" y="1760" as="targetPoint" />
+           </mxGeometry>
        </mxCell>
        <mxCell id="XvNsu7HRE3wCX7qmJMd--55" connectable="0" parent="XvNsu7HRE3wCX7qmJMd--54" style="edgeLabel;html=1;align=center;verticalAlign=middle;resizable=0;points=[];" value="False" vertex="1">
          <mxGeometry relative="1" x="-0.5209" y="-1" as="geometry">
            <mxPoint as="offset" />
          </mxGeometry>
        </mxCell>
-         <mxCell id="XvNsu7HRE3wCX7qmJMd--58" edge="1" parent="1" source="XvNsu7HRE3wCX7qmJMd--22" style="edgeStyle=orthogonalEdgeStyle;rounded=0;orthogonalLoop=1;jettySize=auto;html=1;entryX=0.465;entryY=0.05;entryDx=0;entryDy=0;entryPerimeter=0;" target="XvNsu7HRE3wCX7qmJMd--23">
+         <mxCell id="XvNsu7HRE3wCX7qmJMd--58" edge="1" parent="1" source="XvNsu7HRE3wCX7qmJMd--22" style="edgeStyle=orthogonalEdgeStyle;rounded=0;orthogonalLoop=1;jettySize=auto;html=1;entryX=0.5;entryY=0;entryDx=0;entryDy=0;" target="XvNsu7HRE3wCX7qmJMd--23">
          <mxGeometry relative="1" as="geometry" />
        </mxCell>
        <mxCell id="XvNsu7HRE3wCX7qmJMd--59" connectable="0" parent="XvNsu7HRE3wCX7qmJMd--58" style="edgeLabel;html=1;align=center;verticalAlign=middle;resizable=0;points=[];" value="成功" vertex="1">
          <mxGeometry relative="1" x="-0.1698" y="-2" as="geometry">
            <mxPoint as="offset" />
          </mxGeometry>
        </mxCell>
        <mxCell id="XvNsu7HRE3wCX7qmJMd--60" parent="1" style="strokeWidth=2;html=1;shape=mxgraph.flowchart.terminator;whiteSpace=wrap;sketch=1;curveFitting=1;jiggle=2;" value="[34] 返回结果" vertex="1">
-           <mxGeometry height="60" width="100" x="364" y="3950" as="geometry" />
+           <mxGeometry height="60" width="100" x="365" y="3950" as="geometry" />
        </mxCell>
        <mxCell id="XvNsu7HRE3wCX7qmJMd--62" parent="1" style="rounded=1;whiteSpace=wrap;html=1;absoluteArcSize=1;arcSize=14;strokeWidth=2;sketch=1;curveFitting=1;jiggle=2;strokeColor=light-dark(#e17fa1, #ededed);" value="&lt;div style=&quot;orphans: 1; text-align: left;&quot;&gt;&lt;font color=&quot;#333333&quot; face=&quot;Open Sans, Clear Sans, Helvetica Neue, Helvetica, Arial, Segoe UI Emoji, SF Pro, sans-serif&quot;&gt;&lt;span style=&quot;font-size: 16px; white-space-collapse: preserve; background-color: rgb(255, 255, 255);&quot;&gt;[19] 失败&lt;/span&gt;&lt;/font&gt;&lt;/div&gt;" vertex="1">
          <mxGeometry height="60" width="180" x="530" y="2010" as="geometry" />
        </mxCell>
        <mxCell id="XvNsu7HRE3wCX7qmJMd--64" edge="1" parent="1" source="XvNsu7HRE3wCX7qmJMd--62" style="edgeStyle=orthogonalEdgeStyle;rounded=0;orthogonalLoop=1;jettySize=auto;html=1;entryX=1;entryY=0.5;entryDx=0;entryDy=0;entryPerimeter=0;exitX=1;exitY=0.5;exitDx=0;exitDy=0;" target="XvNsu7HRE3wCX7qmJMd--60">
          <mxGeometry relative="1" as="geometry">
            <Array as="points">
-               <mxPoint x="770" y="2040" />
-               <mxPoint x="770" y="3980" />
-             </Array>
-           </mxGeometry>
-         </mxCell>
-         <mxCell id="XvNsu7HRE3wCX7qmJMd--72" edge="1" parent="1" source="XvNsu7HRE3wCX7qmJMd--31" style="edgeStyle=orthogonalEdgeStyle;rounded=0;orthogonalLoop=1;jettySize=auto;html=1;entryX=0.516;entryY=0.067;entryDx=0;entryDy=0;entryPerimeter=0;" target="XvNsu7HRE3wCX7qmJMd--29">
-           <mxGeometry relative="1" as="geometry" />
-         </mxCell>
-         <mxCell id="XvNsu7HRE3wCX7qmJMd--73" connectable="0" parent="XvNsu7HRE3wCX7qmJMd--72" style="edgeLabel;html=1;align=center;verticalAlign=middle;resizable=0;points=[];" value="是" vertex="1">
-           <mxGeometry relative="1" x="-0.0532" y="4" as="geometry">
-             <mxPoint as="offset" />
+               <mxPoint x="780" y="2040" />
+               <mxPoint x="780" y="3980" />
+             </Array>
          </mxGeometry>
        </mxCell>
        <mxCell id="XvNsu7HRE3wCX7qmJMd--79" parent="1" style="rounded=1;whiteSpace=wrap;html=1;absoluteArcSize=1;arcSize=14;strokeWidth=2;sketch=1;curveFitting=1;jiggle=2;strokeColor=light-dark(#e17fa1, #ededed);" value="&lt;div style=&quot;orphans: 1; text-align: left;&quot;&gt;&lt;font color=&quot;#333333&quot; face=&quot;Open Sans, Clear Sans, Helvetica Neue, Helvetica, Arial, Segoe UI Emoji, SF Pro, sans-serif&quot;&gt;&lt;span style=&quot;font-size: 16px; white-space-collapse: preserve; background-color: rgb(255, 255, 255);&quot;&gt;[28] 失败&lt;/span&gt;&lt;/font&gt;&lt;/div&gt;" vertex="1">
-           <mxGeometry height="60" width="180" x="500" y="2950" as="geometry" />
-         </mxCell>
-         <mxCell id="XvNsu7HRE3wCX7qmJMd--86" edge="1" parent="1" source="XvNsu7HRE3wCX7qmJMd--79" style="edgeStyle=orthogonalEdgeStyle;rounded=0;orthogonalLoop=1;jettySize=auto;html=1;entryX=1;entryY=0.5;entryDx=0;entryDy=0;entryPerimeter=0;exitX=1;exitY=0.5;exitDx=0;exitDy=0;" target="XvNsu7HRE3wCX7qmJMd--60">
-           <mxGeometry relative="1" as="geometry">
-             <Array as="points">
-               <mxPoint x="750" y="2980" />
-               <mxPoint x="750" y="3980" />
-             </Array>
+           <mxGeometry height="60" width="180" x="540" y="2950" as="geometry" />
+         </mxCell>
+         <mxCell id="XvNsu7HRE3wCX7qmJMd--86" edge="1" parent="1" style="edgeStyle=orthogonalEdgeStyle;rounded=0;orthogonalLoop=1;jettySize=auto;html=1;entryX=1;entryY=0.5;entryDx=0;entryDy=0;entryPerimeter=0;exitX=1;exitY=0.5;exitDx=0;exitDy=0;">
+           <mxGeometry relative="1" as="geometry">
+             <Array as="points">
+               <mxPoint x="745" y="2980" />
+               <mxPoint x="745" y="3980" />
+             </Array>
+             <mxPoint x="715" y="2980" as="sourcePoint" />
+             <mxPoint x="460" y="3980" as="targetPoint" />
          </mxGeometry>
        </mxCell>
        <mxCell id="XvNsu7HRE3wCX7qmJMd--88" edge="1" parent="1" source="XvNsu7HRE3wCX7qmJMd--31" style="edgeStyle=orthogonalEdgeStyle;rounded=0;orthogonalLoop=1;jettySize=auto;html=1;entryX=0;entryY=0.5;entryDx=0;entryDy=0;entryPerimeter=0;exitX=0;exitY=0.5;exitDx=0;exitDy=0;exitPerimeter=0;" target="XvNsu7HRE3wCX7qmJMd--43">
          <mxGeometry relative="1" as="geometry">
            <Array as="points">
-               <mxPoint x="80" y="2760" />
-               <mxPoint x="80" y="1520" />
+               <mxPoint x="50" y="2760" />
+               <mxPoint x="50" y="1520" />
            </Array>
          </mxGeometry>
        </mxCell>
        <mxCell id="XvNsu7HRE3wCX7qmJMd--89" connectable="0" parent="XvNsu7HRE3wCX7qmJMd--88" style="edgeLabel;html=1;align=center;verticalAlign=middle;resizable=0;points=[];" value="否" vertex="1">
          <mxGeometry relative="1" x="-0.9226" y="5" as="geometry">
            <mxPoint as="offset" />
          </mxGeometry>
        </mxCell>
        <mxCell id="XvNsu7HRE3wCX7qmJMd--90" edge="1" parent="1" source="XvNsu7HRE3wCX7qmJMd--33" style="edgeStyle=orthogonalEdgeStyle;rounded=0;orthogonalLoop=1;jettySize=auto;html=1;entryX=0;entryY=0.5;entryDx=0;entryDy=0;entryPerimeter=0;exitX=0;exitY=0.5;exitDx=0;exitDy=0;" target="XvNsu7HRE3wCX7qmJMd--43">
          <mxGeometry relative="1" as="geometry">
            <Array as="points">
-               <mxPoint x="100" y="3140" />
-               <mxPoint x="100" y="1520" />
+               <mxPoint x="80" y="3140" />
+               <mxPoint x="80" y="1520" />
            </Array>
          </mxGeometry>
        </mxCell>
      </root>
    </mxGraphModel>
  </diagram>
</mxfile>
